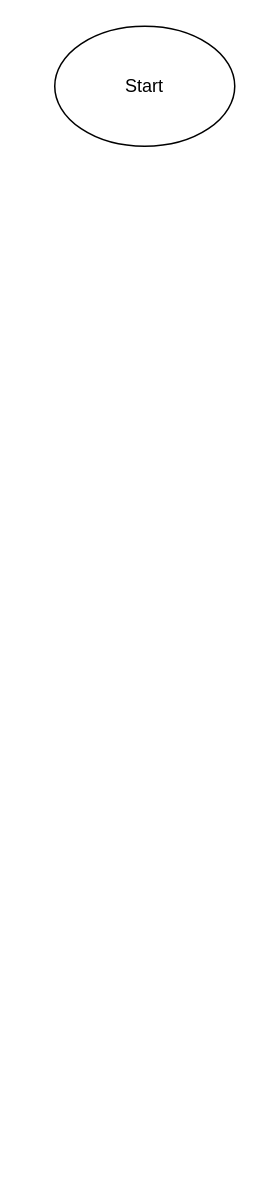
The draw.io diagram Untitled Diagram.drawio in stanbennard/MazeProject2021, before the edit. Source tidied: cells renumbered, new cells numbered last; positions are measured from the earlier drawing's top-left corner, leaving out a move shared by most shapes. Both pictures are drawn from the tidied source at 150%, with x=0, y=0 at pixel (54, 26).
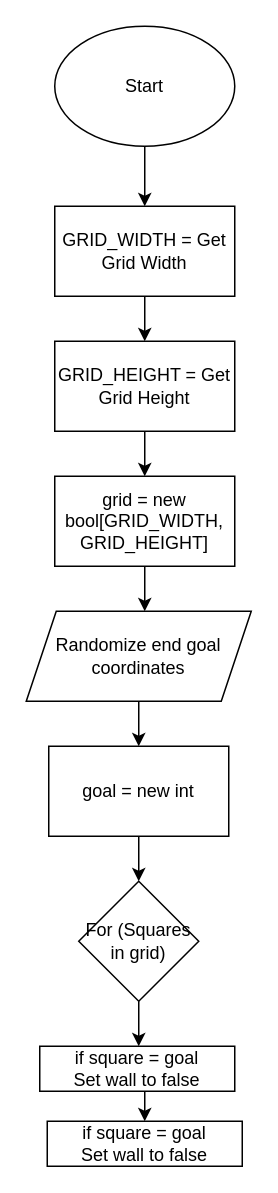
Above is the later version.

Unchanged cells that the change refers to:
```xml
<mxCell id="2" value="Start" style="ellipse;whiteSpace=wrap;html=1;" parent="1" vertex="1">
  <mxGeometry width="120" height="80" as="geometry" />
</mxCell>
```

Change to the diagram source:
```diff
@@
+    <mxCell id="3" style="edgeStyle=orthogonalEdgeStyle;rounded=0;jettySize=auto;html=1;exitX=0.5;exitY=1;exitDx=0;exitDy=0;" parent="1" edge="1" source="2">
+      <mxGeometry relative="1" as="geometry">
+        <mxPoint x="60" y="120" as="targetPoint" />
+      </mxGeometry>
+    </mxCell>
@@
+    <mxCell id="4" style="edgeStyle=orthogonalEdgeStyle;rounded=0;jettySize=auto;html=1;" parent="1" edge="1" source="5" target="7">
+      <mxGeometry relative="1" as="geometry" />
+    </mxCell>
+    <mxCell id="5" value="GRID_WIDTH = Get Grid Width" style="rounded=0;whiteSpace=wrap;html=1;" parent="1" vertex="1">
+      <mxGeometry y="120" width="120" height="60" as="geometry" />
+    </mxCell>
+    <mxCell id="6" style="edgeStyle=orthogonalEdgeStyle;rounded=0;jettySize=auto;html=1;" parent="1" edge="1" source="7" target="9">
+      <mxGeometry relative="1" as="geometry" />
+    </mxCell>
+    <mxCell id="7" value="GRID_HEIGHT = Get Grid Height" style="rounded=0;whiteSpace=wrap;html=1;" parent="1" vertex="1">
+      <mxGeometry y="210" width="120" height="60" as="geometry" />
+    </mxCell>
+    <mxCell id="8" style="edgeStyle=orthogonalEdgeStyle;rounded=0;jettySize=auto;html=1;" parent="1" edge="1" source="9">
+      <mxGeometry relative="1" as="geometry">
+        <mxPoint x="60" y="390" as="targetPoint" />
+      </mxGeometry>
+    </mxCell>
+    <mxCell id="9" value="grid = new bool[GRID_WIDTH, GRID_HEIGHT]" style="rounded=0;whiteSpace=wrap;html=1;" parent="1" vertex="1">
+      <mxGeometry y="300" width="120" height="60" as="geometry" />
+    </mxCell>
+    <mxCell id="10" style="edgeStyle=orthogonalEdgeStyle;rounded=0;jettySize=auto;html=1;" parent="1" edge="1" source="11" target="13">
+      <mxGeometry relative="1" as="geometry" />
+    </mxCell>
+    <mxCell id="11" value="Randomize end goal coordinates" style="shape=parallelogram;perimeter=parallelogramPerimeter;whiteSpace=wrap;html=1;fixedSize=1;" parent="1" vertex="1">
+      <mxGeometry x="-19" y="390" width="150" height="60" as="geometry" />
+    </mxCell>
+    <mxCell id="12" style="edgeStyle=orthogonalEdgeStyle;rounded=0;jettySize=auto;html=1;" parent="1" edge="1" source="13">
+      <mxGeometry relative="1" as="geometry">
+        <mxPoint x="56" y="570" as="targetPoint" />
+      </mxGeometry>
+    </mxCell>
+    <mxCell id="13" value="goal = new int" style="whiteSpace=wrap;html=1;" parent="1" vertex="1">
+      <mxGeometry x="-4" y="480" width="120" height="60" as="geometry" />
+    </mxCell>
+    <mxCell id="14" style="edgeStyle=orthogonalEdgeStyle;rounded=0;jettySize=auto;html=1;exitX=0.5;exitY=1;exitDx=0;exitDy=0;" parent="1" edge="1" source="15">
+      <mxGeometry relative="1" as="geometry">
+        <mxPoint x="56" y="680" as="targetPoint" />
+      </mxGeometry>
+    </mxCell>
+    <mxCell id="15" value="For (Squares&lt;br&gt;in grid)" style="rhombus;whiteSpace=wrap;html=1;" parent="1" vertex="1">
+      <mxGeometry x="16" y="570" width="80" height="80" as="geometry" />
+    </mxCell>
+    <mxCell id="16" style="edgeStyle=orthogonalEdgeStyle;rounded=0;jettySize=auto;html=1;exitX=0.5;exitY=1;exitDx=0;exitDy=0;entryX=0.5;entryY=0;entryDx=0;entryDy=0;" parent="1" edge="1" source="17" target="18">
+      <mxGeometry relative="1" as="geometry" />
+    </mxCell>
+    <mxCell id="17" value="if square = goal&lt;br&gt;Set wall to false" style="rounded=0;whiteSpace=wrap;html=1;" parent="1" vertex="1">
+      <mxGeometry x="-10" y="680" width="130" height="30" as="geometry" />
+    </mxCell>
+    <mxCell id="18" value="if square = goal&lt;br&gt;Set wall to false" style="rounded=0;whiteSpace=wrap;html=1;" parent="1" vertex="1">
+      <mxGeometry x="-5" y="730" width="130" height="30" as="geometry" />
+    </mxCell>
```
